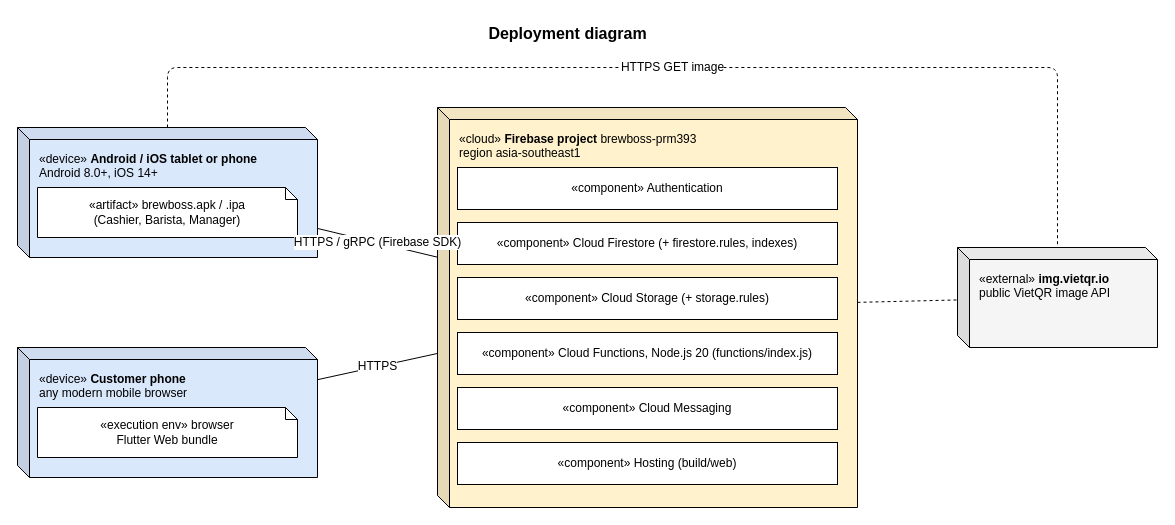
huytran303/project-prm393 keeps this draw.io diagram as page "04 Deployment" (4 of 27) of diagrams/sds-diagrams.drawio. Above is the earlier version. Source tidied: cells renumbered, new cells numbered last; positions are measured from the earlier drawing's top-left corner, leaving out a move shared by most shapes. Both pictures are drawn from the tidied source at 100%, with x=0, y=0 at pixel (17, 17).
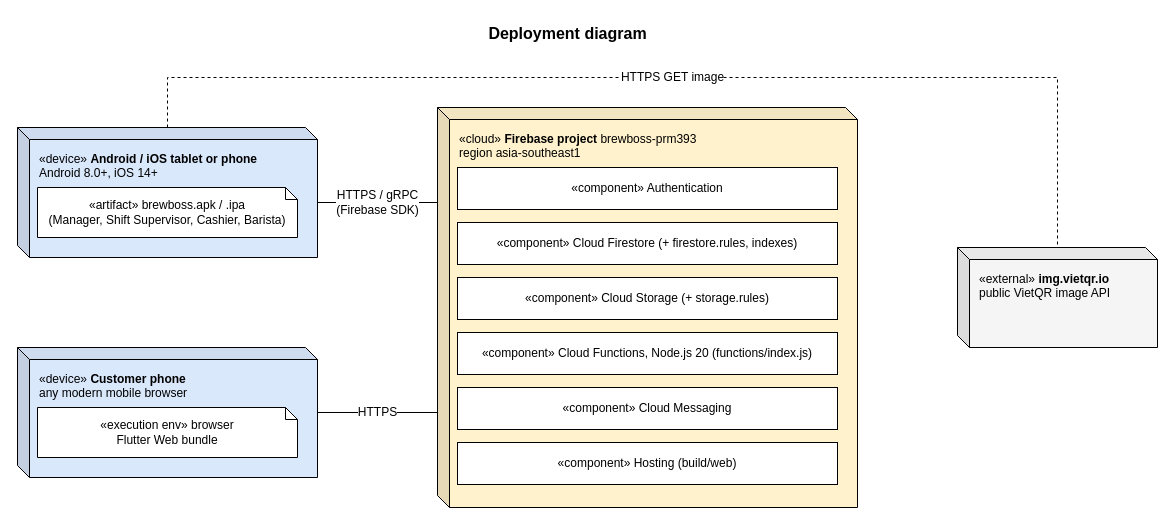
The same diagram, later.

Unchanged cells that the change refers to:
```xml
<mxCell id="3" value="«device» &lt;b&gt;Android / iOS tablet or phone&lt;/b&gt;&lt;br&gt;Android 8.0+, iOS 14+" style="fontFamily=Helvetica;fontSize=12;shape=cube;whiteSpace=wrap;html=1;boundedLbl=1;backgroundOutline=1;darkOpacity=0.05;darkOpacity2=0.1;size=12;verticalAlign=top;align=left;spacingLeft=8;spacingTop=6;fillColor=#dae8fc;" parent="1" vertex="1">
  <mxGeometry y="110" width="300" height="130" as="geometry" />
</mxCell>
<mxCell id="5" value="«device» &lt;b&gt;Customer phone&lt;/b&gt;&lt;br&gt;any modern mobile browser" style="fontFamily=Helvetica;fontSize=12;shape=cube;whiteSpace=wrap;html=1;boundedLbl=1;backgroundOutline=1;darkOpacity=0.05;darkOpacity2=0.1;size=12;verticalAlign=top;align=left;spacingLeft=8;spacingTop=6;fillColor=#dae8fc;" parent="1" vertex="1">
  <mxGeometry y="330" width="300" height="130" as="geometry" />
</mxCell>
<mxCell id="7" value="«cloud» &lt;b&gt;Firebase project&lt;/b&gt; brewboss-prm393&lt;br&gt;region asia-southeast1" style="fontFamily=Helvetica;fontSize=12;shape=cube;whiteSpace=wrap;html=1;boundedLbl=1;backgroundOutline=1;darkOpacity=0.05;darkOpacity2=0.1;size=12;verticalAlign=top;align=left;spacingLeft=8;spacingTop=6;fillColor=#fff2cc;" parent="1" vertex="1">
  <mxGeometry x="420" y="90" width="420" height="400" as="geometry" />
</mxCell>
<mxCell id="14" value="«external» &lt;b&gt;img.vietqr.io&lt;/b&gt;&lt;br&gt;public VietQR image API" style="fontFamily=Helvetica;fontSize=12;shape=cube;whiteSpace=wrap;html=1;boundedLbl=1;backgroundOutline=1;darkOpacity=0.05;darkOpacity2=0.1;size=12;verticalAlign=top;align=left;spacingLeft=8;spacingTop=6;fillColor=#f5f5f5;" parent="1" vertex="1">
  <mxGeometry x="940" y="230" width="200" height="100" as="geometry" />
</mxCell>
```

Change to the diagram source:
```diff
@@
-    <mxCell id="4" value="«artifact» brewboss.apk / .ipa&lt;br&gt;(Cashier, Barista, Manager)" style="fontFamily=Helvetica;fontSize=12;shape=note;size=12;whiteSpace=wrap;html=1;fillColor=#ffffff;" parent="1" vertex="1">
+    <mxCell id="4" value="«artifact» brewboss.apk / .ipa&lt;br&gt;(Manager, Shift Supervisor, Cashier, Barista)" style="fontFamily=Helvetica;fontSize=12;shape=note;size=12;whiteSpace=wrap;html=1;fillColor=#ffffff;" parent="1" vertex="1">
       <mxGeometry x="20" y="170" width="260" height="50" as="geometry" />
     </mxCell>
@@
-    <mxCell id="15" value="HTTPS / gRPC (Firebase SDK)" style="fontFamily=Helvetica;fontSize=12;html=1;endArrow=none;" parent="1" edge="1" source="3" target="7">
+    <mxCell id="15" value="HTTPS / gRPC&lt;br&gt;(Firebase SDK)" style="fontFamily=Helvetica;fontSize=12;html=1;endArrow=none;rounded=0;labelBackgroundColor=#ffffff;rounded=0;edgeStyle=none;rounded=0;exitX=1.0000;exitY=0.5769;exitDx=0;exitDy=0;exitPerimeter=0;entryX=0.0000;entryY=0.2375;entryDx=0;entryDy=0;entryPerimeter=0;" parent="1" edge="1" source="3" target="7">
       <mxGeometry relative="1" as="geometry" />
     </mxCell>
-    <mxCell id="16" value="HTTPS" style="fontFamily=Helvetica;fontSize=12;html=1;endArrow=none;" parent="1" edge="1" source="5" target="7">
+    <mxCell id="16" value="HTTPS" style="fontFamily=Helvetica;fontSize=12;html=1;endArrow=none;rounded=0;labelBackgroundColor=#ffffff;rounded=0;edgeStyle=none;rounded=0;exitX=1.0000;exitY=0.5000;exitDx=0;exitDy=0;exitPerimeter=0;entryX=0.0000;entryY=0.7625;entryDx=0;entryDy=0;entryPerimeter=0;" parent="1" edge="1" source="5" target="7">
       <mxGeometry relative="1" as="geometry" />
     </mxCell>
-    <mxCell id="17" style="fontFamily=Helvetica;fontSize=12;html=1;endArrow=none;dashed=1;" parent="1" edge="1" source="7" target="14">
-      <mxGeometry relative="1" as="geometry" />
-    </mxCell>
-    <mxCell id="18" value="HTTPS GET image" style="fontFamily=Helvetica;fontSize=12;html=1;endArrow=none;dashed=1;" parent="1" edge="1" source="3" target="14">
+    <mxCell id="18" value="HTTPS GET image" style="fontFamily=Helvetica;fontSize=12;html=1;endArrow=none;dashed=1;rounded=0;labelBackgroundColor=#ffffff;rounded=0;edgeStyle=none;rounded=0;exitX=0.5000;exitY=0.0000;exitDx=0;exitDy=0;exitPerimeter=0;entryX=0.5000;entryY=0.0000;entryDx=0;entryDy=0;entryPerimeter=0;" parent="1" edge="1" source="3" target="14">
       <mxGeometry relative="1" as="geometry">
         <Array as="points">
-          <mxPoint x="150" y="50" />
-          <mxPoint x="1040" y="50" />
+          <mxPoint x="150" y="60" />
+          <mxPoint x="1040" y="60" />
         </Array>
       </mxGeometry>
     </mxCell>
```
